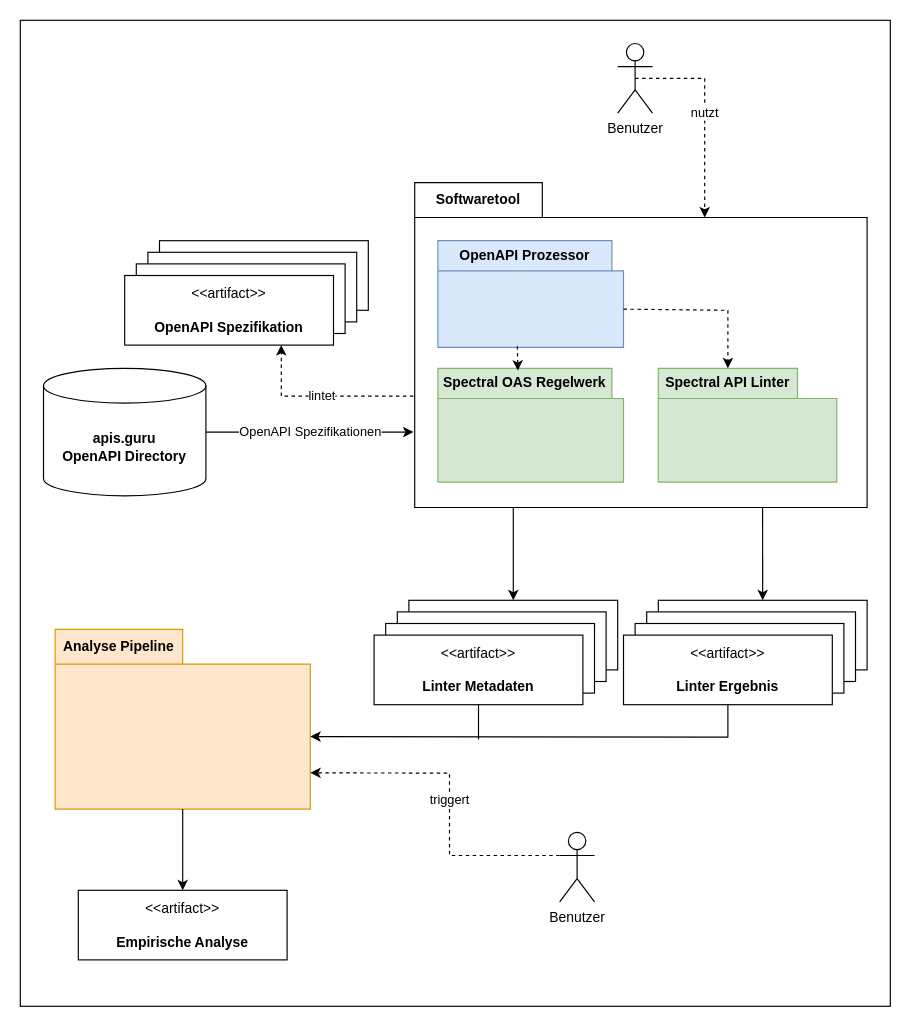
Earlier version of the draw.io diagram requirements/diagram/contextview.drawio (paulbrenker/thesis). Source tidied: cells renumbered, new cells numbered last; positions are measured from the earlier drawing's top-left corner, leaving out a move shared by most shapes. Both pictures are drawn from the tidied source at 116%, with x=0, y=0 at pixel (20, 20).
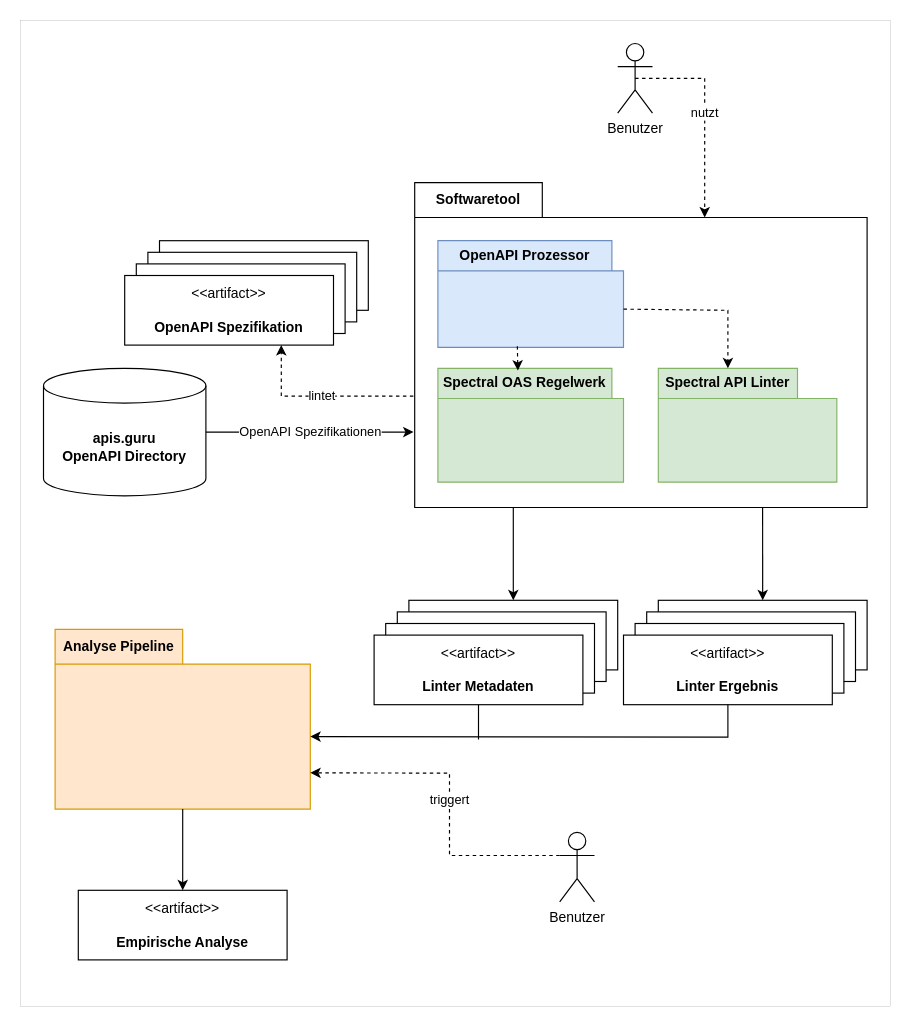
The same page after the edit.

Diff of the diagram source:
```diff
@@
-    <mxCell id="2" style="rounded=0;whiteSpace=wrap;html=1;" parent="1" vertex="1">
+    <mxCell id="2" style="rounded=0;whiteSpace=wrap;html=1;strokeColor=default;strokeWidth=0;" parent="1" vertex="1">
       <mxGeometry width="750" height="850" as="geometry" />
     </mxCell>
```
